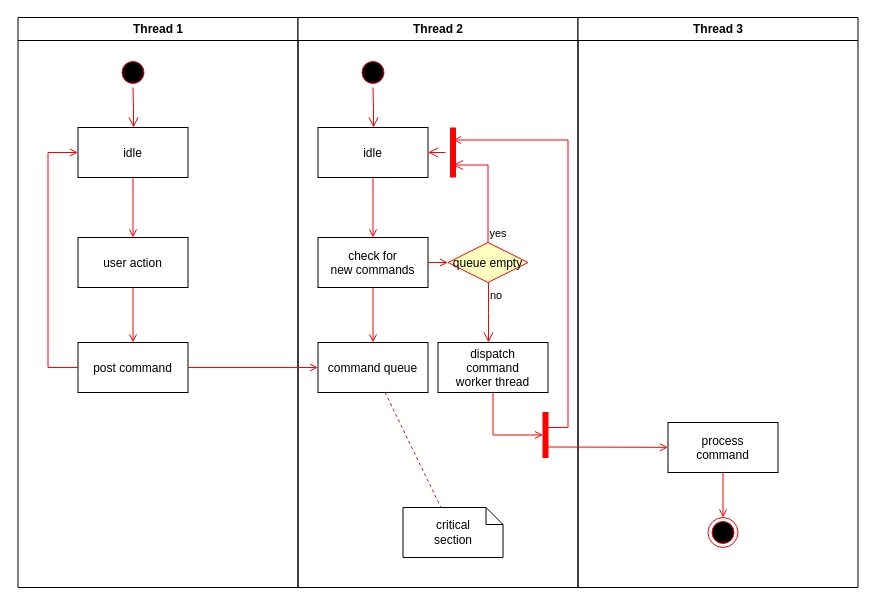
Earlier version of the draw.io diagram Untitled Diagram.drawio (JdsCabral/P3D). Source tidied: cells renumbered, new cells numbered last; positions are measured from the earlier drawing's top-left corner, leaving out a move shared by most shapes. Both pictures are drawn from the tidied source at 100%, with x=0, y=0 at pixel (17, 17).
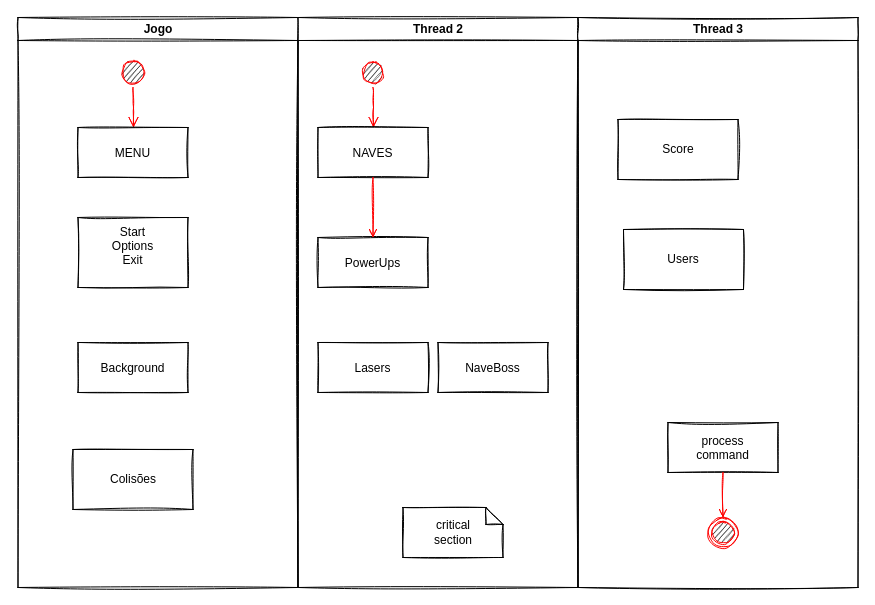
Above is the later version.

What changed in the source:
```diff
@@
-    <mxCell id="2" value="Thread 1" style="swimlane;whiteSpace=wrap;" parent="1" vertex="1">
+    <mxCell id="2" value="Jogo" style="swimlane;whiteSpace=wrap;rounded=0;sketch=1;" parent="1" vertex="1">
       <mxGeometry x="0.5" width="280" height="570" as="geometry" />
     </mxCell>
-    <mxCell id="3" style="ellipse;shape=startState;fillColor=#000000;strokeColor=#ff0000;" parent="2" vertex="1">
+    <mxCell id="3" style="ellipse;shape=startState;fillColor=#000000;strokeColor=#ff0000;rounded=0;sketch=1;" parent="2" vertex="1">
       <mxGeometry x="100" y="40" width="30" height="30" as="geometry" />
     </mxCell>
-    <mxCell id="4" style="edgeStyle=elbowEdgeStyle;elbow=horizontal;verticalAlign=bottom;endArrow=open;endSize=8;strokeColor=#FF0000;endFill=1;rounded=0;" parent="2" edge="1" source="3" target="5">
+    <mxCell id="4" style="edgeStyle=elbowEdgeStyle;elbow=horizontal;verticalAlign=bottom;endArrow=open;endSize=8;strokeColor=#FF0000;endFill=1;rounded=0;sketch=1;" parent="2" edge="1" source="3" target="5">
       <mxGeometry x="100" y="40" as="geometry" />
     </mxCell>
-    <mxCell id="5" value="idle" parent="2" vertex="1">
+    <mxCell id="5" value="MENU" style="rounded=0;sketch=1;" parent="2" vertex="1">
       <mxGeometry x="60" y="110" width="110" height="50" as="geometry" />
     </mxCell>
-    <mxCell id="6" value="user action" parent="2" vertex="1">
-      <mxGeometry x="60" y="220" width="110" height="50" as="geometry" />
+    <mxCell id="6" value="Start&#10;Options &#10;Exit&#10;" style="rounded=0;sketch=1;" parent="2" vertex="1">
+      <mxGeometry x="60" y="200" width="110" height="70" as="geometry" />
     </mxCell>
-    <mxCell id="7" style="endArrow=open;strokeColor=#FF0000;endFill=1;rounded=0;" parent="2" edge="1" source="5" target="6">
-      <mxGeometry relative="1" as="geometry" />
-    </mxCell>
-    <mxCell id="8" value="post command" parent="2" vertex="1">
+    <mxCell id="8" value="Background" style="rounded=0;sketch=1;" parent="2" vertex="1">
       <mxGeometry x="60" y="325" width="110" height="50" as="geometry" />
     </mxCell>
-    <mxCell id="9" style="endArrow=open;strokeColor=#FF0000;endFill=1;rounded=0;" parent="2" edge="1" source="6" target="8">
-      <mxGeometry relative="1" as="geometry" />
-    </mxCell>
-    <mxCell id="10" style="edgeStyle=elbowEdgeStyle;elbow=horizontal;strokeColor=#FF0000;endArrow=open;endFill=1;rounded=0;" parent="2" edge="1" source="8" target="5">
-      <mxGeometry relative="1" as="geometry">
-        <Array as="points">
-          <mxPoint x="30" y="250" />
-        </Array>
-      </mxGeometry>
-    </mxCell>
+    <mxCell id="37" value="Colisões " style="rounded=0;whiteSpace=wrap;html=1;sketch=1;" parent="2" vertex="1">
+      <mxGeometry x="55" y="432" width="120" height="60" as="geometry" />
+    </mxCell>
-    <mxCell id="11" value="Thread 2" style="swimlane;whiteSpace=wrap;" parent="1" vertex="1">
+    <mxCell id="11" value="Thread 2" style="swimlane;whiteSpace=wrap;rounded=0;sketch=1;" parent="1" vertex="1">
       <mxGeometry x="280.5" width="280" height="570" as="geometry" />
     </mxCell>
-    <mxCell id="12" style="ellipse;shape=startState;fillColor=#000000;strokeColor=#ff0000;" parent="11" vertex="1">
+    <mxCell id="12" style="ellipse;shape=startState;fillColor=#000000;strokeColor=#ff0000;rounded=0;sketch=1;" parent="11" vertex="1">
       <mxGeometry x="60" y="40" width="30" height="30" as="geometry" />
     </mxCell>
-    <mxCell id="13" style="edgeStyle=elbowEdgeStyle;elbow=horizontal;verticalAlign=bottom;endArrow=open;endSize=8;strokeColor=#FF0000;endFill=1;rounded=0;" parent="11" edge="1" source="12" target="14">
+    <mxCell id="13" style="edgeStyle=elbowEdgeStyle;elbow=horizontal;verticalAlign=bottom;endArrow=open;endSize=8;strokeColor=#FF0000;endFill=1;rounded=0;sketch=1;" parent="11" edge="1" source="12" target="14">
       <mxGeometry x="40" y="20" as="geometry" />
     </mxCell>
-    <mxCell id="14" value="idle" parent="11" vertex="1">
+    <mxCell id="14" value="NAVES" style="rounded=0;sketch=1;" parent="11" vertex="1">
       <mxGeometry x="20" y="110" width="110" height="50" as="geometry" />
     </mxCell>
-    <mxCell id="15" value="check for &#10;new commands" parent="11" vertex="1">
+    <mxCell id="15" value="PowerUps" style="rounded=0;sketch=1;" parent="11" vertex="1">
       <mxGeometry x="20" y="220" width="110" height="50" as="geometry" />
     </mxCell>
-    <mxCell id="16" style="endArrow=open;strokeColor=#FF0000;endFill=1;rounded=0;" parent="11" edge="1" source="14" target="15">
+    <mxCell id="16" style="endArrow=open;strokeColor=#FF0000;endFill=1;rounded=0;sketch=1;" parent="11" edge="1" source="14" target="15">
       <mxGeometry relative="1" as="geometry" />
     </mxCell>
-    <mxCell id="17" value="command queue" parent="11" vertex="1">
+    <mxCell id="17" value="Lasers" style="rounded=0;sketch=1;" parent="11" vertex="1">
       <mxGeometry x="20" y="325" width="110" height="50" as="geometry" />
     </mxCell>
-    <mxCell id="18" style="endArrow=open;strokeColor=#FF0000;endFill=1;rounded=0;" parent="11" edge="1" source="15" target="17">
-      <mxGeometry relative="1" as="geometry" />
-    </mxCell>
-    <mxCell id="19" value="queue empty" style="rhombus;fillColor=#ffffc0;strokeColor=#ff0000;" parent="11" vertex="1">
-      <mxGeometry x="150" y="225" width="80" height="40" as="geometry" />
-    </mxCell>
-    <mxCell id="20" value="yes" style="edgeStyle=elbowEdgeStyle;elbow=horizontal;align=left;verticalAlign=bottom;endArrow=open;endSize=8;strokeColor=#FF0000;exitX=0.5;exitY=0;endFill=1;rounded=0;entryX=0.75;entryY=0.5;entryPerimeter=0;" parent="11" edge="1" source="19" target="23">
-      <mxGeometry x="-1" relative="1" as="geometry">
-        <Array as="points">
-          <mxPoint x="190" y="180" />
-        </Array>
-      </mxGeometry>
-    </mxCell>
-    <mxCell id="21" value="no" style="edgeStyle=elbowEdgeStyle;elbow=horizontal;align=left;verticalAlign=top;endArrow=open;endSize=8;strokeColor=#FF0000;endFill=1;rounded=0;" parent="11" edge="1" source="19" target="25">
-      <mxGeometry x="-1" relative="1" as="geometry" />
-    </mxCell>
-    <mxCell id="22" style="endArrow=open;strokeColor=#FF0000;endFill=1;rounded=0;" parent="11" edge="1" source="15" target="19">
-      <mxGeometry relative="1" as="geometry" />
-    </mxCell>
-    <mxCell id="23" style="shape=line;strokeWidth=6;strokeColor=#ff0000;rotation=90;" parent="11" vertex="1">
-      <mxGeometry x="130" y="127.5" width="50" height="15" as="geometry" />
-    </mxCell>
-    <mxCell id="24" style="edgeStyle=elbowEdgeStyle;elbow=horizontal;verticalAlign=bottom;endArrow=open;endSize=8;strokeColor=#FF0000;endFill=1;rounded=0;" parent="11" edge="1" source="23" target="14">
-      <mxGeometry x="130" y="90" as="geometry" />
-    </mxCell>
-    <mxCell id="25" value="dispatch&#10;command&#10;worker thread" parent="11" vertex="1">
+    <mxCell id="25" value="NaveBoss" style="rounded=0;sketch=1;" parent="11" vertex="1">
       <mxGeometry x="140" y="325" width="110" height="50" as="geometry" />
     </mxCell>
-    <mxCell id="26" value="critical&#10;section" style="shape=note;whiteSpace=wrap;size=17;" parent="11" vertex="1">
+    <mxCell id="26" value="critical&#10;section" style="shape=note;whiteSpace=wrap;size=17;rounded=0;sketch=1;" parent="11" vertex="1">
       <mxGeometry x="105" y="490" width="100" height="50" as="geometry" />
     </mxCell>
-    <mxCell id="27" style="endArrow=none;strokeColor=#FF0000;endFill=0;rounded=0;dashed=1;" parent="11" edge="1" source="17" target="26">
-      <mxGeometry relative="1" as="geometry" />
-    </mxCell>
-    <mxCell id="28" style="whiteSpace=wrap;strokeColor=#FF0000;fillColor=#FF0000;" parent="11" vertex="1">
-      <mxGeometry x="245" y="395" width="5" height="45" as="geometry" />
-    </mxCell>
-    <mxCell id="29" style="edgeStyle=elbowEdgeStyle;elbow=horizontal;entryX=0;entryY=0.5;strokeColor=#FF0000;endArrow=open;endFill=1;rounded=0;" parent="11" edge="1" source="25" target="28">
-      <mxGeometry relative="1" as="geometry">
-        <Array as="points">
-          <mxPoint x="195" y="400" />
-        </Array>
-      </mxGeometry>
-    </mxCell>
-    <mxCell id="30" value="Thread 3" style="swimlane;whiteSpace=wrap;" parent="1" vertex="1">
+    <mxCell id="30" value="Thread 3" style="swimlane;whiteSpace=wrap;rounded=0;sketch=1;" parent="1" vertex="1">
       <mxGeometry x="560.5" width="280" height="570" as="geometry" />
     </mxCell>
-    <mxCell id="31" value="process&#10;command" parent="30" vertex="1">
+    <mxCell id="31" value="process&#10;command" style="rounded=0;sketch=1;" parent="30" vertex="1">
       <mxGeometry x="90" y="405" width="110" height="50" as="geometry" />
     </mxCell>
-    <mxCell id="32" style="edgeStyle=elbowEdgeStyle;elbow=horizontal;strokeColor=#FF0000;endArrow=open;endFill=1;rounded=0;entryX=0.25;entryY=0.5;entryPerimeter=0;" parent="30" edge="1" target="23">
-      <mxGeometry relative="1" as="geometry">
-        <mxPoint x="-30" y="410" as="sourcePoint" />
-        <Array as="points">
-          <mxPoint x="-10" y="135" />
-        </Array>
-      </mxGeometry>
-    </mxCell>
-    <mxCell id="33" style="edgeStyle=none;strokeColor=#FF0000;endArrow=open;endFill=1;rounded=0;" parent="30" edge="1" target="31">
-      <mxGeometry relative="1" as="geometry">
-        <mxPoint x="-30" y="429.5" as="sourcePoint" />
-      </mxGeometry>
-    </mxCell>
-    <mxCell id="34" style="ellipse;shape=endState;fillColor=#000000;strokeColor=#ff0000;" parent="30" vertex="1">
+    <mxCell id="34" style="ellipse;shape=endState;fillColor=#000000;strokeColor=#ff0000;rounded=0;sketch=1;" parent="30" vertex="1">
       <mxGeometry x="130" y="500" width="30" height="30" as="geometry" />
     </mxCell>
-    <mxCell id="35" style="endArrow=open;strokeColor=#FF0000;endFill=1;rounded=0;" parent="30" edge="1" source="31" target="34">
+    <mxCell id="35" style="endArrow=open;strokeColor=#FF0000;endFill=1;rounded=0;sketch=1;" parent="30" edge="1" source="31" target="34">
       <mxGeometry relative="1" as="geometry" />
     </mxCell>
-    <mxCell id="36" style="endArrow=open;strokeColor=#FF0000;endFill=1;rounded=0;" parent="1" edge="1" source="8" target="17">
-      <mxGeometry relative="1" as="geometry" />
-    </mxCell>
+    <mxCell id="38" value="Score" style="rounded=0;whiteSpace=wrap;html=1;sketch=1;" parent="30" vertex="1">
+      <mxGeometry x="40" y="102" width="120" height="60" as="geometry" />
+    </mxCell>
+    <mxCell id="39" value="Users" style="rounded=0;whiteSpace=wrap;html=1;sketch=1;" parent="30" vertex="1">
+      <mxGeometry x="45.5" y="212" width="120" height="60" as="geometry" />
+    </mxCell>
```
